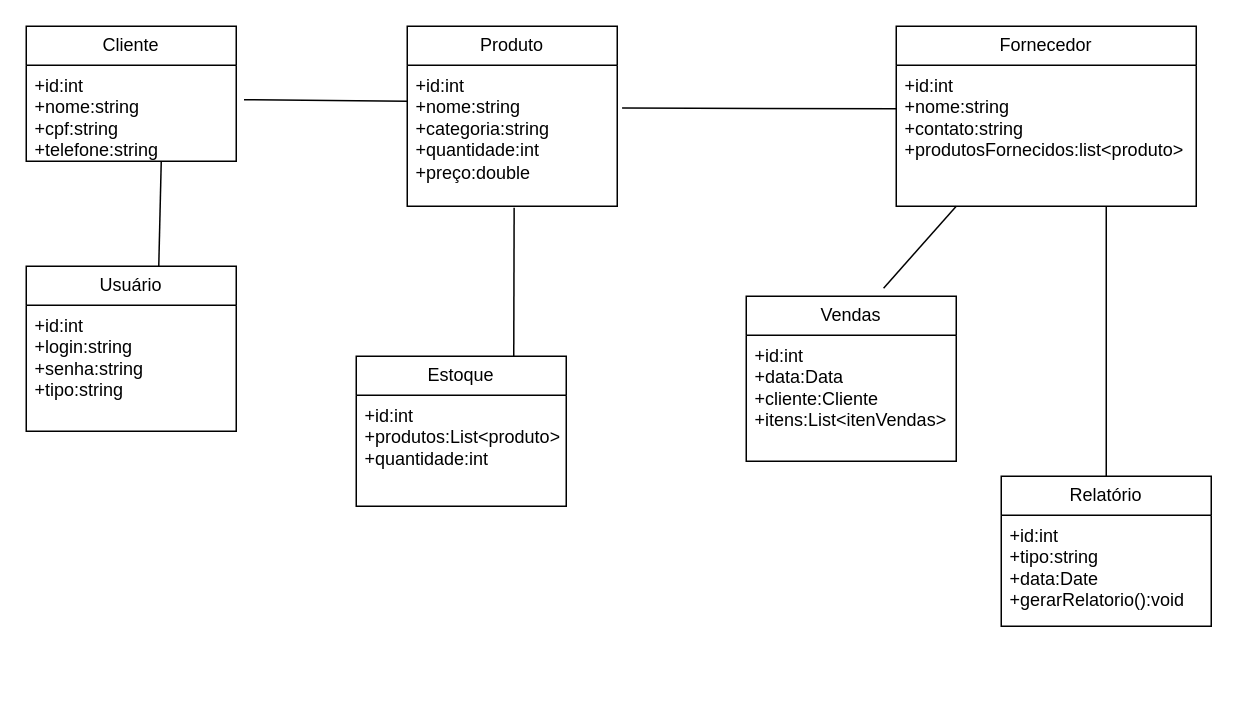
The draw.io diagram page "Página-12" (12 of 12) of Diagrama sem nome.drawio in Raquelf-06/diagramasderequisitos, before the edit. Source tidied: cells renumbered, new cells numbered last; positions are measured from the earlier drawing's top-left corner, leaving out a move shared by most shapes. Both pictures are drawn from the tidied source at 150%, with x=0, y=0 at pixel (26, 26).
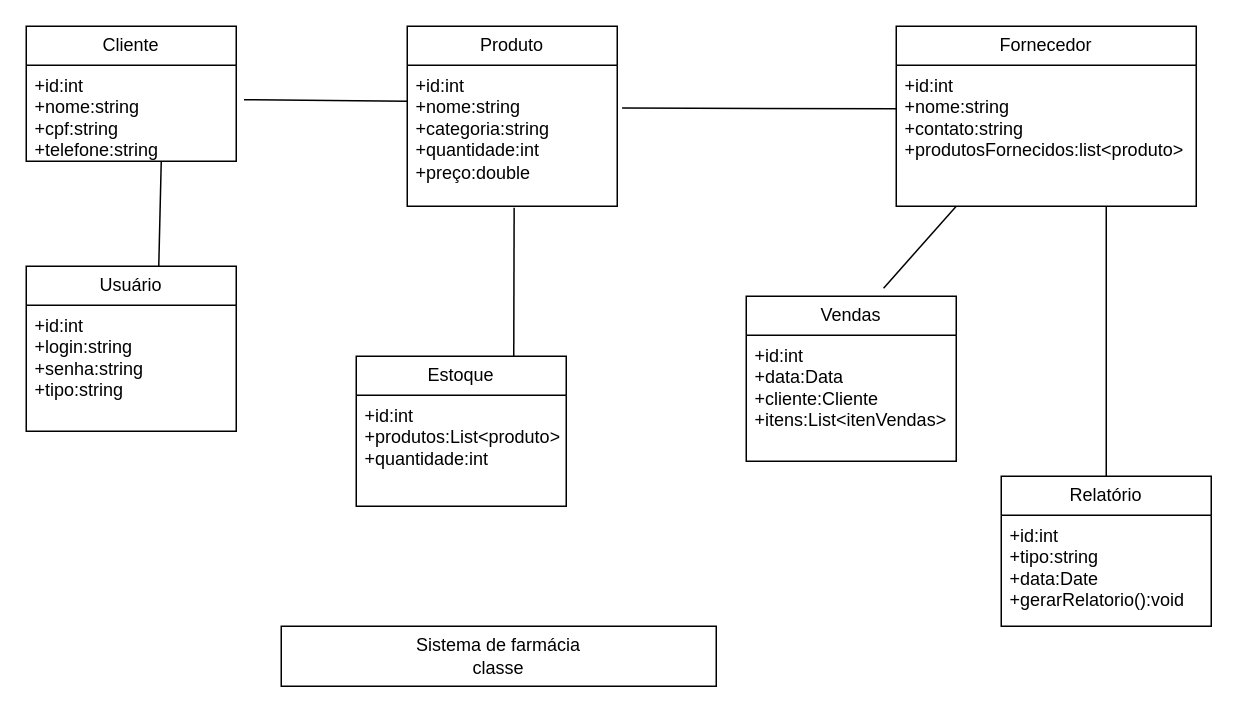
The same diagram, later.

Change to the diagram source:
```diff
@@
+    <mxCell id="22" value="Sistema de farmácia&lt;div&gt;classe&lt;/div&gt;" style="rounded=0;whiteSpace=wrap;html=1;" parent="1" vertex="1">
+      <mxGeometry x="170" y="400" width="290" height="40" as="geometry" />
+    </mxCell>
```
